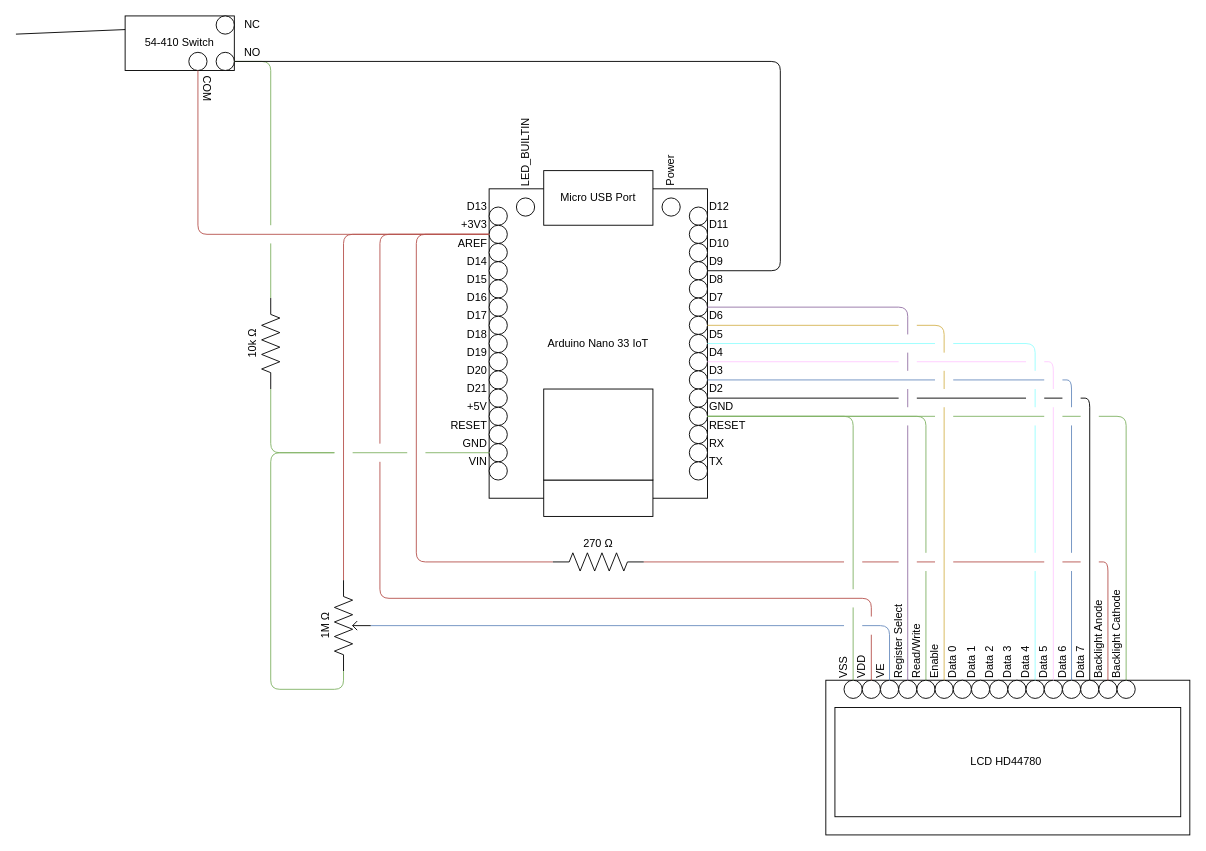
Matt-and-Gib/gleemail keeps this draw.io diagram as wiring diagram.drawio. Above is the earlier version. Source tidied: cells renumbered, new cells numbered last; positions are measured from the earlier drawing's top-left corner, leaving out a move shared by most shapes. Both pictures are drawn from the tidied source at 91%, with x=0, y=0 at pixel (15, 15).
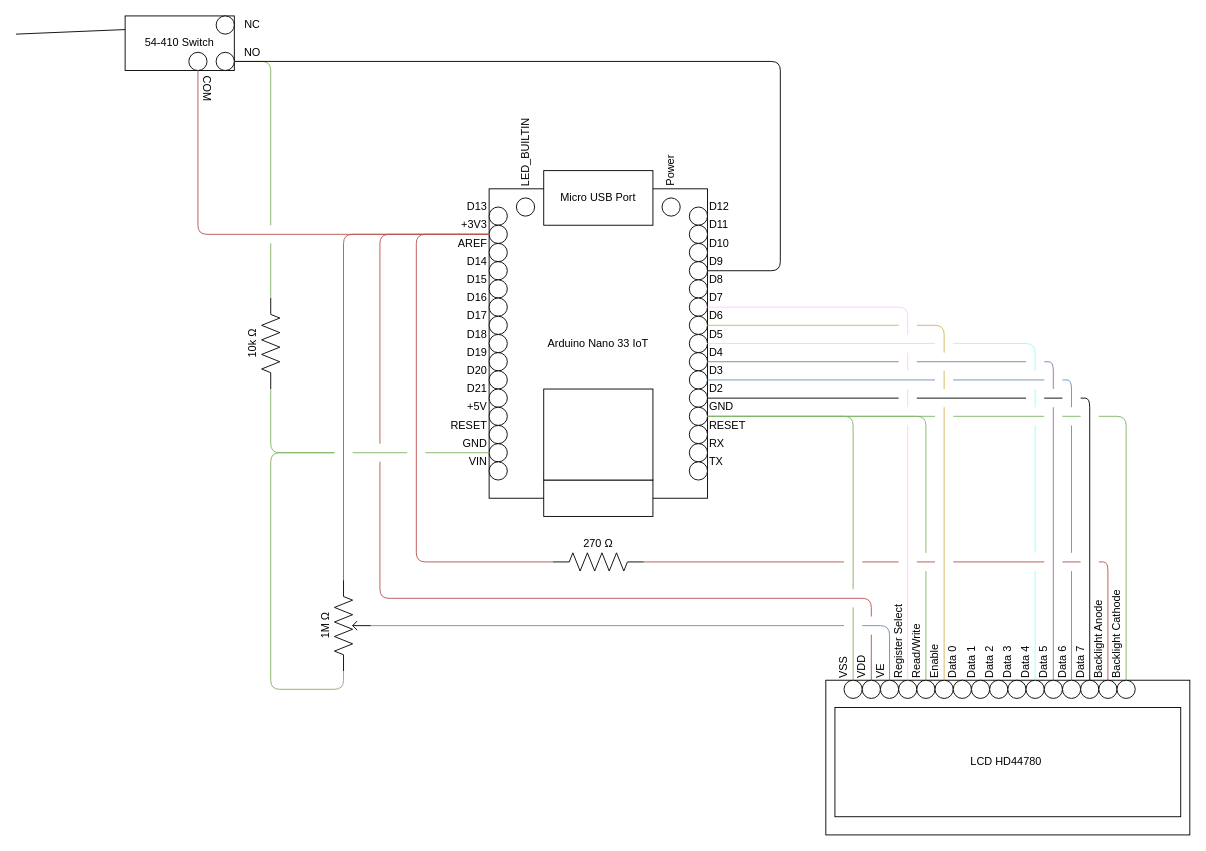
The same page after the edit.

Commit message:
Slightly modified colors

Unchanged cells that the change refers to:
```xml
<mxCell id="20" value="D7" style="text;html=1;strokeColor=none;fillColor=none;align=left;verticalAlign=middle;whiteSpace=wrap;rounded=0;" parent="2" vertex="1">
  <mxGeometry x="760" y="300" width="40" height="20" as="geometry" />
</mxCell>
<mxCell id="24" value="D4" style="text;html=1;strokeColor=none;fillColor=none;align=left;verticalAlign=middle;whiteSpace=wrap;rounded=0;" parent="2" vertex="1">
  <mxGeometry x="760" y="360" width="40" height="20" as="geometry" />
</mxCell>
<mxCell id="93" value="Register Select" style="text;html=1;strokeColor=none;fillColor=none;align=left;verticalAlign=middle;whiteSpace=wrap;rounded=0;rotation=-90;" parent="71" vertex="1">
  <mxGeometry x="925" y="675" width="90" height="20" as="geometry" />
</mxCell>
<mxCell id="101" value="Data 5" style="text;html=1;strokeColor=none;fillColor=none;align=left;verticalAlign=middle;whiteSpace=wrap;rounded=0;rotation=-90;" parent="71" vertex="1">
  <mxGeometry x="1110" y="700" width="40" height="20" as="geometry" />
</mxCell>
```

Change to the diagram source:
```diff
@@
-    <mxCell id="126" style="endArrow=none;html=1;exitX=0;exitY=1;exitDx=0;exitDy=0;fillColor=#e1d5e7;strokeColor=#9673a6;" parent="106" edge="1" source="20">
+    <mxCell id="126" style="endArrow=none;html=1;exitX=0;exitY=1;exitDx=0;exitDy=0;fillColor=#e1d5e7;strokeColor=#FFCCFF;" parent="106" edge="1" source="20">
       <mxGeometry relative="1" as="geometry">
         <mxPoint x="980" y="350" as="targetPoint" />
         <Array as="points">
           <mxPoint x="980" y="320" />
         </Array>
       </mxGeometry>
     </mxCell>
-    <mxCell id="127" style="endArrow=none;html=1;exitX=0;exitY=1;exitDx=0;exitDy=0;fillColor=#e1d5e7;strokeColor=#9673a6;" parent="106" edge="1" source="93">
+    <mxCell id="127" style="endArrow=none;html=1;exitX=0;exitY=1;exitDx=0;exitDy=0;fillColor=#e1d5e7;strokeColor=#FFCCFF;" parent="106" edge="1" source="93">
       <mxGeometry relative="1" as="geometry">
         <mxPoint x="980" y="450" as="targetPoint" />
       </mxGeometry>
     </mxCell>
@@
-    <mxCell id="136" style="endArrow=none;html=1;fillColor=#e1d5e7;strokeColor=#9673a6;" parent="106" edge="1">
+    <mxCell id="136" style="endArrow=none;html=1;fillColor=#e1d5e7;strokeColor=#FFCCFF;" parent="106" edge="1">
       <mxGeometry relative="1" as="geometry">
         <mxPoint x="980" y="390" as="sourcePoint" />
         <mxPoint x="980" y="370" as="targetPoint" />
       </mxGeometry>
     </mxCell>
@@
-    <mxCell id="140" style="endArrow=none;html=1;exitX=0;exitY=1;exitDx=0;exitDy=0;fillColor=#e1d5e7;strokeColor=#FFCCFF;" parent="106" edge="1" source="24">
+    <mxCell id="140" style="endArrow=none;html=1;exitX=0;exitY=1;exitDx=0;exitDy=0;fillColor=#e1d5e7;strokeColor=#9673a6;" parent="106" edge="1" source="24">
       <mxGeometry relative="1" as="geometry">
         <mxPoint x="970" y="380" as="targetPoint" />
       </mxGeometry>
     </mxCell>
-    <mxCell id="141" style="endArrow=none;html=1;fillColor=#e1d5e7;strokeColor=#FFCCFF;" parent="106" edge="1">
+    <mxCell id="141" style="endArrow=none;html=1;fillColor=#e1d5e7;strokeColor=#9673a6;" parent="106" edge="1">
       <mxGeometry relative="1" as="geometry">
         <mxPoint x="990" y="380" as="sourcePoint" />
         <mxPoint x="1110" y="380" as="targetPoint" />
       </mxGeometry>
     </mxCell>
@@
-    <mxCell id="143" style="endArrow=none;html=1;fillColor=#e1d5e7;strokeColor=#FFCCFF;" parent="106" edge="1">
+    <mxCell id="143" style="endArrow=none;html=1;fillColor=#e1d5e7;strokeColor=#9673a6;" parent="106" edge="1">
       <mxGeometry relative="1" as="geometry">
         <mxPoint x="1130" y="380" as="sourcePoint" />
         <mxPoint x="1140" y="410" as="targetPoint" />
         <Array as="points">
           <mxPoint x="1140" y="380" />
         </Array>
       </mxGeometry>
     </mxCell>
@@
-    <mxCell id="147" style="endArrow=none;html=1;fillColor=#e1d5e7;strokeColor=#9673a6;" parent="106" edge="1">
+    <mxCell id="147" style="endArrow=none;html=1;fillColor=#e1d5e7;strokeColor=#FFCCFF;" parent="106" edge="1">
       <mxGeometry relative="1" as="geometry">
         <mxPoint x="980" y="430" as="sourcePoint" />
         <mxPoint x="980" y="410" as="targetPoint" />
       </mxGeometry>
     </mxCell>
@@
-    <mxCell id="156" style="endArrow=none;html=1;exitX=0;exitY=1;exitDx=0;exitDy=0;fillColor=#e1d5e7;strokeColor=#FFCCFF;" parent="106" edge="1" source="101">
+    <mxCell id="156" style="endArrow=none;html=1;exitX=0;exitY=1;exitDx=0;exitDy=0;fillColor=#e1d5e7;strokeColor=#9673a6;" parent="106" edge="1" source="101">
       <mxGeometry relative="1" as="geometry">
         <mxPoint x="1140" y="430" as="targetPoint" />
       </mxGeometry>
     </mxCell>
```
